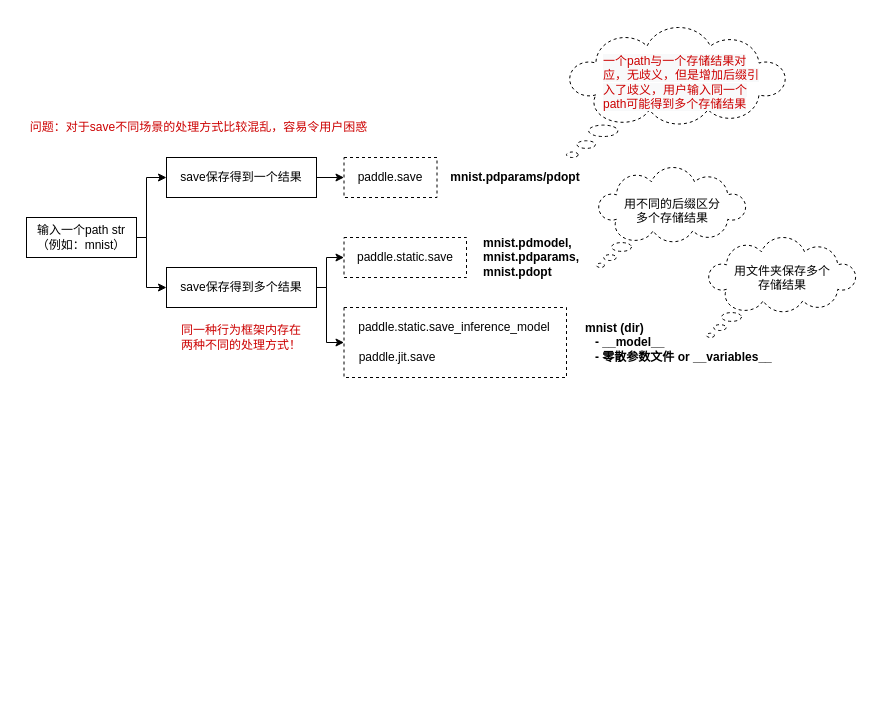
Before: page "load-format" (2 of 2) of new_save_load.drawio in chenwhql/diagrams, a draw.io diagram. Source tidied: cells renumbered, new cells numbered last; positions are measured from the earlier drawing's top-left corner, leaving out a move shared by most shapes. Both pictures are drawn from the tidied source at 100%, with x=0, y=0 at pixel (17, 27).
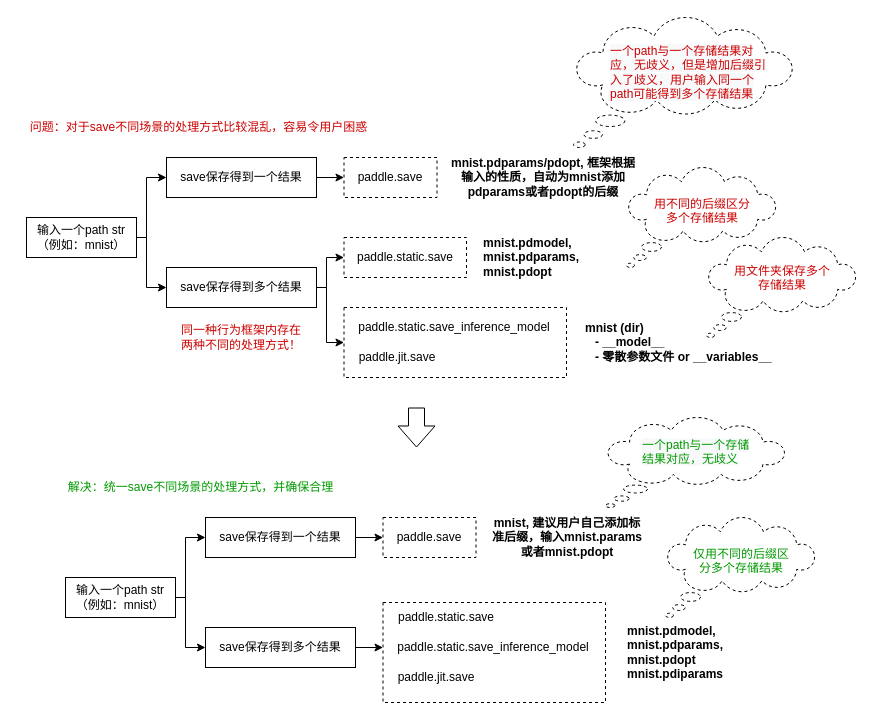
The same page after the edit.

The edit, as a diff of the source:
```diff
@@
-    <mxCell id="17" value="mnist.pdparams/pdopt" style="text;html=1;strokeColor=none;fillColor=none;align=center;verticalAlign=middle;whiteSpace=wrap;rounded=0;dashed=1;fontStyle=1;" parent="1" vertex="1">
-      <mxGeometry x="433" y="140" width="130" height="20" as="geometry" />
+    <mxCell id="17" value="mnist.pdparams/pdopt, 框架根据输入的性质，自动为mnist添加pdparams或者pdopt的后缀" style="text;html=1;strokeColor=none;fillColor=none;align=center;verticalAlign=middle;whiteSpace=wrap;rounded=0;dashed=1;fontStyle=1;" parent="1" vertex="1">
+      <mxGeometry x="433" y="140" width="186" height="20" as="geometry" />
     </mxCell>
@@
     <mxCell id="20" style="whiteSpace=wrap;html=1;shape=mxgraph.basic.cloud_callout;dashed=1;fillColor=none;" parent="1" vertex="1">
-      <mxGeometry x="549" width="220" height="130" as="geometry" />
+      <mxGeometry x="556" y="-10" width="220" height="130" as="geometry" />
     </mxCell>
     <mxCell id="21" value="&lt;span style=&quot;font-family: &amp;#34;helvetica&amp;#34; ; font-size: 12px ; font-style: normal ; font-weight: 400 ; letter-spacing: normal ; text-align: center ; text-indent: 0px ; text-transform: none ; word-spacing: 0px ; background-color: rgb(248 , 249 , 250) ; display: inline ; float: none&quot;&gt;一个path与一个存储结果对应，无歧义，但是增加后缀引入了歧义，用户输入同一个path可能得到多个存储结果&lt;/span&gt;" style="text;whiteSpace=wrap;html=1;fontColor=#CC0000;" parent="1" vertex="1">
-      <mxGeometry x="584" y="20" width="160" height="67" as="geometry" />
+      <mxGeometry x="591" y="10" width="160" height="67" as="geometry" />
     </mxCell>
     <mxCell id="22" style="whiteSpace=wrap;html=1;shape=mxgraph.basic.cloud_callout;dashed=1;fillColor=none;" parent="1" vertex="1">
-      <mxGeometry x="579" y="140" width="150" height="100" as="geometry" />
+      <mxGeometry x="609" y="140" width="150" height="100" as="geometry" />
     </mxCell>
-    <mxCell id="23" value="&lt;div style=&quot;text-align: center&quot;&gt;&lt;span&gt;&lt;font face=&quot;helvetica&quot;&gt;用不同的后缀区分多个存储结果&lt;/font&gt;&lt;/span&gt;&lt;/div&gt;" style="text;whiteSpace=wrap;html=1;" parent="1" vertex="1">
-      <mxGeometry x="605" y="163" width="98" height="67" as="geometry" />
+    <mxCell id="23" value="&lt;div style=&quot;text-align: center&quot;&gt;&lt;span&gt;&lt;font face=&quot;helvetica&quot;&gt;用不同的后缀区分多个存储结果&lt;/font&gt;&lt;/span&gt;&lt;/div&gt;" style="text;whiteSpace=wrap;html=1;fontColor=#CC0000;" parent="1" vertex="1">
+      <mxGeometry x="635" y="163" width="98" height="67" as="geometry" />
     </mxCell>
@@
-    <mxCell id="25" value="&lt;div style=&quot;text-align: center&quot;&gt;&lt;span&gt;&lt;font face=&quot;helvetica&quot;&gt;用文件夹保存多个存储结果&lt;/font&gt;&lt;/span&gt;&lt;/div&gt;" style="text;whiteSpace=wrap;html=1;" parent="1" vertex="1">
+    <mxCell id="25" value="&lt;div style=&quot;text-align: center&quot;&gt;&lt;span&gt;&lt;font face=&quot;helvetica&quot;&gt;用文件夹保存多个存储结果&lt;/font&gt;&lt;/span&gt;&lt;/div&gt;" style="text;whiteSpace=wrap;html=1;fontColor=#CC0000;" parent="1" vertex="1">
       <mxGeometry x="715" y="230" width="98" height="67" as="geometry" />
     </mxCell>
@@
+    <mxCell id="28" style="rounded=0;whiteSpace=wrap;html=1;fillColor=none;dashed=1;" parent="1" vertex="1">
+      <mxGeometry x="365.5" y="575" width="222.5" height="100" as="geometry" />
+    </mxCell>
+    <mxCell id="29" style="edgeStyle=orthogonalEdgeStyle;rounded=0;jettySize=auto;html=1;entryX=0;entryY=0.5;entryDx=0;entryDy=0;" parent="1" edge="1" source="31" target="35">
+      <mxGeometry relative="1" as="geometry">
+        <Array as="points">
+          <mxPoint x="168" y="570" />
+          <mxPoint x="168" y="620" />
+        </Array>
+      </mxGeometry>
+    </mxCell>
+    <mxCell id="30" style="edgeStyle=orthogonalEdgeStyle;rounded=0;jettySize=auto;html=1;exitX=1;exitY=0.5;exitDx=0;exitDy=0;entryX=0;entryY=0.5;entryDx=0;entryDy=0;" parent="1" edge="1" source="31" target="33">
+      <mxGeometry relative="1" as="geometry">
+        <Array as="points">
+          <mxPoint x="168" y="570" />
+          <mxPoint x="168" y="510" />
+        </Array>
+      </mxGeometry>
+    </mxCell>
+    <mxCell id="31" value="输入一个path str&lt;br&gt;（例如：mnist）" style="rounded=0;whiteSpace=wrap;html=1;" parent="1" vertex="1">
+      <mxGeometry x="48" y="550" width="110" height="40" as="geometry" />
+    </mxCell>
+    <mxCell id="32" style="edgeStyle=orthogonalEdgeStyle;rounded=0;jettySize=auto;html=1;exitX=1;exitY=0.5;exitDx=0;exitDy=0;entryX=0;entryY=0.5;entryDx=0;entryDy=0;fontColor=#009900;" parent="1" edge="1" source="33" target="40">
+      <mxGeometry relative="1" as="geometry" />
+    </mxCell>
+    <mxCell id="33" value="save保存得到一个结果" style="rounded=0;whiteSpace=wrap;html=1;" parent="1" vertex="1">
+      <mxGeometry x="188" y="490" width="150" height="40" as="geometry" />
+    </mxCell>
+    <mxCell id="34" style="edgeStyle=orthogonalEdgeStyle;rounded=0;jettySize=auto;html=1;exitX=1;exitY=0.5;exitDx=0;exitDy=0;fontColor=#009900;entryX=0;entryY=0.5;entryDx=0;entryDy=0;" parent="1" edge="1" source="35" target="38">
+      <mxGeometry relative="1" as="geometry" />
+    </mxCell>
+    <mxCell id="35" value="save保存得到多个结果" style="rounded=0;whiteSpace=wrap;html=1;" parent="1" vertex="1">
+      <mxGeometry x="188" y="600" width="150" height="40" as="geometry" />
+    </mxCell>
+    <mxCell id="36" value="paddle.save" style="text;html=1;strokeColor=none;fillColor=none;align=center;verticalAlign=middle;whiteSpace=wrap;rounded=0;" parent="1" vertex="1">
+      <mxGeometry x="352" y="500" width="120" height="20" as="geometry" />
+    </mxCell>
+    <mxCell id="37" value="paddle.static.save" style="text;html=1;strokeColor=none;fillColor=none;align=center;verticalAlign=middle;whiteSpace=wrap;rounded=0;" parent="1" vertex="1">
+      <mxGeometry x="388.5" y="580" width="80" height="20" as="geometry" />
+    </mxCell>
+    <mxCell id="38" value="paddle.static.save_inference_model" style="text;html=1;strokeColor=none;fillColor=none;align=center;verticalAlign=middle;whiteSpace=wrap;rounded=0;" parent="1" vertex="1">
+      <mxGeometry x="365.5" y="610" width="220" height="20" as="geometry" />
+    </mxCell>
+    <mxCell id="39" value="paddle.jit.save" style="text;html=1;strokeColor=none;fillColor=none;align=center;verticalAlign=middle;whiteSpace=wrap;rounded=0;" parent="1" vertex="1">
+      <mxGeometry x="368.5" y="640" width="100" height="20" as="geometry" />
+    </mxCell>
+    <mxCell id="40" style="rounded=0;whiteSpace=wrap;html=1;fillColor=none;dashed=1;" parent="1" vertex="1">
+      <mxGeometry x="365.5" y="490" width="93" height="40" as="geometry" />
+    </mxCell>
+    <mxCell id="41" value="mnist, 建议用户自己添加标准后缀，输入mnist.params或者mnist.pdopt" style="text;html=1;strokeColor=none;fillColor=none;align=center;verticalAlign=middle;whiteSpace=wrap;rounded=0;dashed=1;fontStyle=1;" parent="1" vertex="1">
+      <mxGeometry x="472" y="500" width="156" height="20" as="geometry" />
+    </mxCell>
+    <mxCell id="42" value="mnist.pdmodel, mnist.pdparams, mnist.pdopt&lt;br&gt;mnist.pdiparams" style="text;html=1;strokeColor=none;fillColor=none;align=left;verticalAlign=middle;whiteSpace=wrap;rounded=0;dashed=1;fontStyle=1;" parent="1" vertex="1">
+      <mxGeometry x="608" y="600" width="120" height="50" as="geometry" />
+    </mxCell>
+    <mxCell id="43" style="whiteSpace=wrap;html=1;shape=mxgraph.basic.cloud_callout;dashed=1;fillColor=none;" parent="1" vertex="1">
+      <mxGeometry x="588" y="390" width="180" height="90" as="geometry" />
+    </mxCell>
+    <mxCell id="44" value="&lt;span style=&quot;font-family: &amp;quot;helvetica&amp;quot; ; font-size: 12px ; font-style: normal ; font-weight: 400 ; letter-spacing: normal ; text-align: center ; text-indent: 0px ; text-transform: none ; word-spacing: 0px ; background-color: rgb(248 , 249 , 250) ; display: inline ; float: none&quot;&gt;一个path与一个存储结果对应，无歧义&lt;/span&gt;" style="text;whiteSpace=wrap;html=1;fontColor=#009900;" parent="1" vertex="1">
+      <mxGeometry x="623" y="404" width="115" height="50" as="geometry" />
+    </mxCell>
+    <mxCell id="45" style="whiteSpace=wrap;html=1;shape=mxgraph.basic.cloud_callout;dashed=1;fillColor=none;" parent="1" vertex="1">
+      <mxGeometry x="648" y="490" width="150" height="100" as="geometry" />
+    </mxCell>
+    <mxCell id="46" value="&lt;div style=&quot;text-align: center&quot;&gt;&lt;span&gt;&lt;font face=&quot;helvetica&quot;&gt;仅用不同的后缀区分多个存储结果&lt;/font&gt;&lt;/span&gt;&lt;/div&gt;" style="text;whiteSpace=wrap;html=1;fontColor=#009900;" parent="1" vertex="1">
+      <mxGeometry x="674" y="513" width="98" height="67" as="geometry" />
+    </mxCell>
+    <mxCell id="47" value="解决：统一save不同场景的处理方式，并确保合理" style="text;html=1;strokeColor=none;fillColor=none;align=center;verticalAlign=middle;whiteSpace=wrap;rounded=0;dashed=1;fontColor=#009900;" parent="1" vertex="1">
+      <mxGeometry x="39" y="450" width="289" height="20" as="geometry" />
+    </mxCell>
+    <mxCell id="48" style="shape=flexArrow;endArrow=classic;html=1;width=16;endSize=6.67;" parent="1" edge="1">
+      <mxGeometry relative="1" as="geometry">
+        <mxPoint x="399" y="380" as="sourcePoint" />
+        <mxPoint x="399" y="420" as="targetPoint" />
+      </mxGeometry>
+    </mxCell>
```
